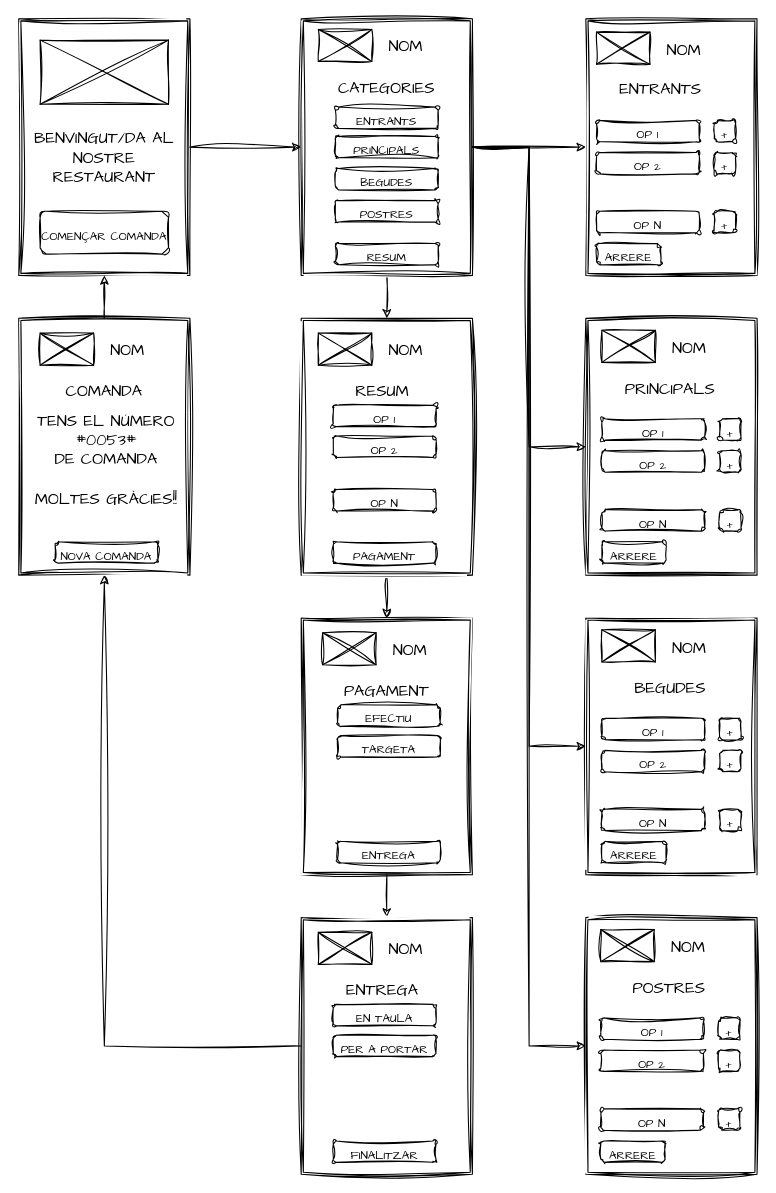
KikeMarchuet/Ficheros_Draw.IO keeps this draw.io diagram as DI Prototipo Baja Fidelidad.drawio. Above is the earlier version. Source tidied: cells renumbered, new cells numbered last; positions are measured from the earlier drawing's top-left corner, leaving out a move shared by most shapes. Both pictures are drawn from the tidied source at 107%, with x=0, y=0 at pixel (18, 18).
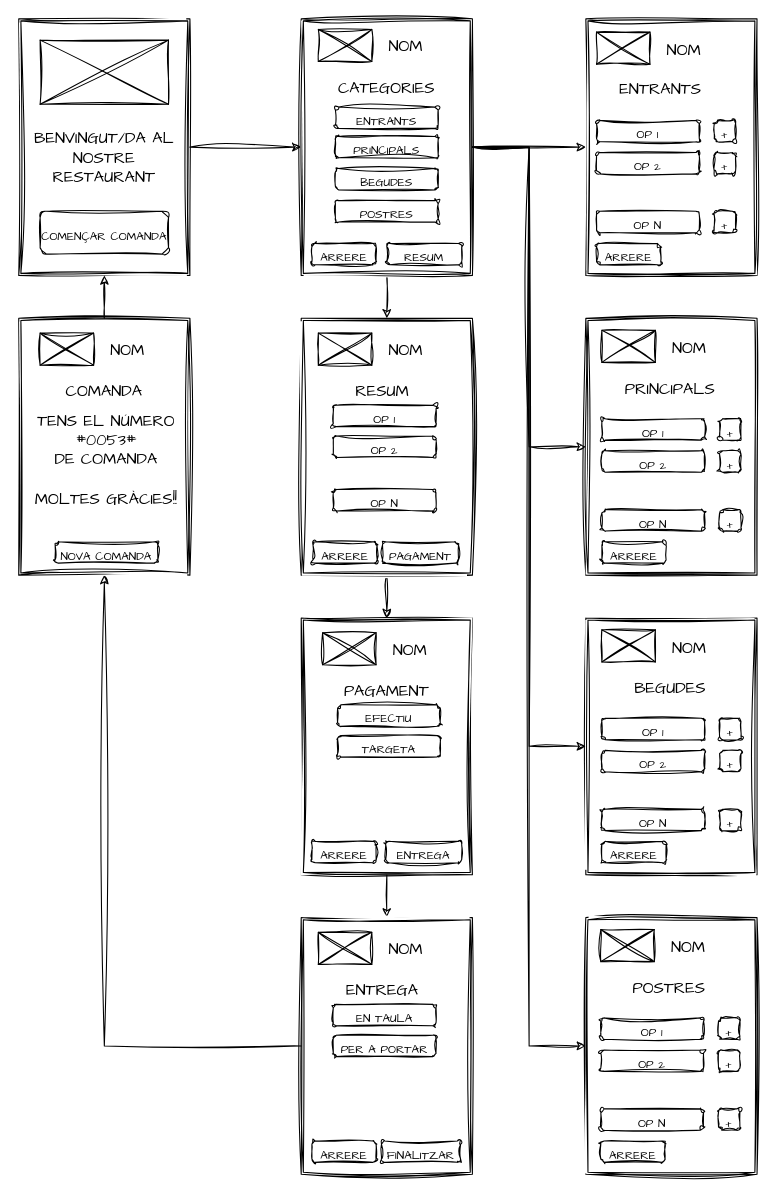
The same diagram, later.

Diff of the diagram source:
```diff
@@
     <mxCell id="90" value="&lt;span style=&quot;font-size: 11px;&quot;&gt;RESUM&lt;/span&gt;" style="rounded=1;whiteSpace=wrap;html=1;hachureGap=4;fontFamily=Architects Daughter;fontSize=23;labelBackgroundColor=none;sketch=1;curveFitting=1;jiggle=2;" parent="1" vertex="1">
-      <mxGeometry x="296" y="210" width="96" height="20" as="geometry" />
+      <mxGeometry x="344" y="210" width="70" height="20" as="geometry" />
     </mxCell>
@@
     <mxCell id="100" value="&lt;span style=&quot;font-size: 11px;&quot;&gt;PAGAMENT&lt;/span&gt;" style="rounded=1;whiteSpace=wrap;html=1;hachureGap=4;fontFamily=Architects Daughter;fontSize=23;labelBackgroundColor=none;sketch=1;curveFitting=1;jiggle=2;" parent="1" vertex="1">
-      <mxGeometry x="294" y="488.8" width="96" height="20" as="geometry" />
+      <mxGeometry x="340" y="488.8" width="71" height="20" as="geometry" />
     </mxCell>
@@
     <mxCell id="109" value="&lt;span style=&quot;font-size: 11px;&quot;&gt;ENTREGA&lt;/span&gt;" style="rounded=1;whiteSpace=wrap;html=1;hachureGap=4;fontFamily=Architects Daughter;fontSize=23;labelBackgroundColor=none;sketch=1;curveFitting=1;jiggle=2;" parent="1" vertex="1">
-      <mxGeometry x="298" y="768.8" width="96" height="20" as="geometry" />
+      <mxGeometry x="343" y="768.8" width="71" height="20" as="geometry" />
     </mxCell>
@@
     <mxCell id="118" value="&lt;span style=&quot;font-size: 11px;&quot;&gt;FINALITZAR&lt;/span&gt;" style="rounded=1;whiteSpace=wrap;html=1;hachureGap=4;fontFamily=Architects Daughter;fontSize=23;labelBackgroundColor=none;sketch=1;curveFitting=1;jiggle=2;" parent="1" vertex="1">
-      <mxGeometry x="294" y="1048.8" width="96" height="20" as="geometry" />
+      <mxGeometry x="339" y="1048.8" width="74" height="20" as="geometry" />
     </mxCell>
@@
+    <mxCell id="128" value="&lt;span style=&quot;font-size: 11px;&quot;&gt;ARRERE&lt;/span&gt;" style="rounded=1;whiteSpace=wrap;html=1;hachureGap=4;fontFamily=Architects Daughter;fontSize=23;labelBackgroundColor=none;sketch=1;curveFitting=1;jiggle=2;" parent="1" vertex="1">
+      <mxGeometry x="274" y="210" width="60" height="20" as="geometry" />
+    </mxCell>
+    <mxCell id="129" value="&lt;span style=&quot;font-size: 11px;&quot;&gt;ARRERE&lt;/span&gt;" style="rounded=1;whiteSpace=wrap;html=1;hachureGap=4;fontFamily=Architects Daughter;fontSize=23;labelBackgroundColor=none;sketch=1;curveFitting=1;jiggle=2;" parent="1" vertex="1">
+      <mxGeometry x="275" y="488.8" width="60" height="20" as="geometry" />
+    </mxCell>
+    <mxCell id="130" value="&lt;span style=&quot;font-size: 11px;&quot;&gt;ARRERE&lt;/span&gt;" style="rounded=1;whiteSpace=wrap;html=1;hachureGap=4;fontFamily=Architects Daughter;fontSize=23;labelBackgroundColor=none;sketch=1;curveFitting=1;jiggle=2;" parent="1" vertex="1">
+      <mxGeometry x="274" y="768.8" width="60" height="20" as="geometry" />
+    </mxCell>
+    <mxCell id="131" value="&lt;span style=&quot;font-size: 11px;&quot;&gt;ARRERE&lt;/span&gt;" style="rounded=1;whiteSpace=wrap;html=1;hachureGap=4;fontFamily=Architects Daughter;fontSize=23;labelBackgroundColor=none;sketch=1;curveFitting=1;jiggle=2;" parent="1" vertex="1">
+      <mxGeometry x="274" y="1048.8" width="60" height="20" as="geometry" />
+    </mxCell>
```
